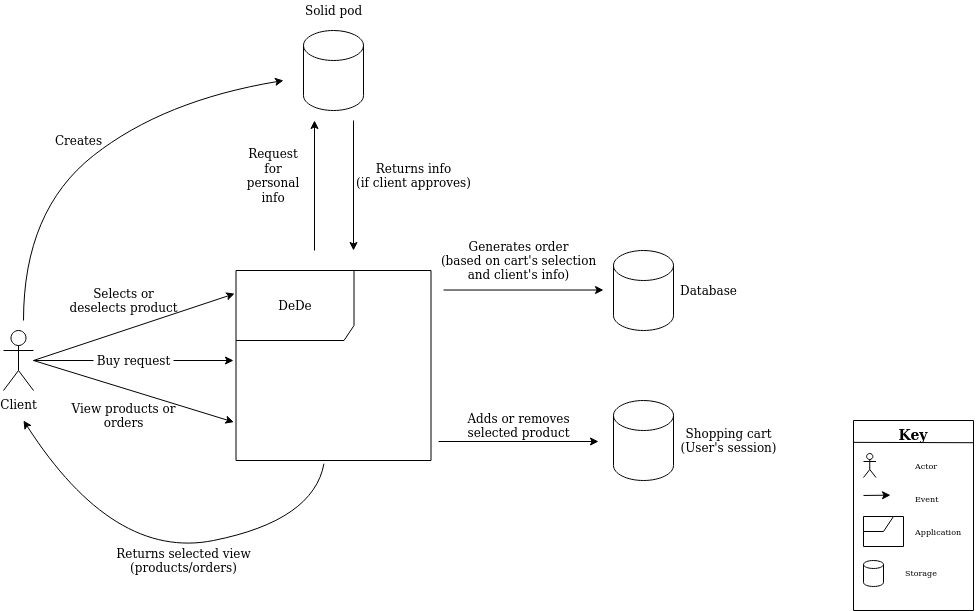
Earlier version of the draw.io export docs/images/business_context_diagram.png (Arquisoft/dede_es5a). Source tidied: cells renumbered, new cells last; positions are measured from the earlier drawing's top-left corner, leaving out a move shared by most shapes.
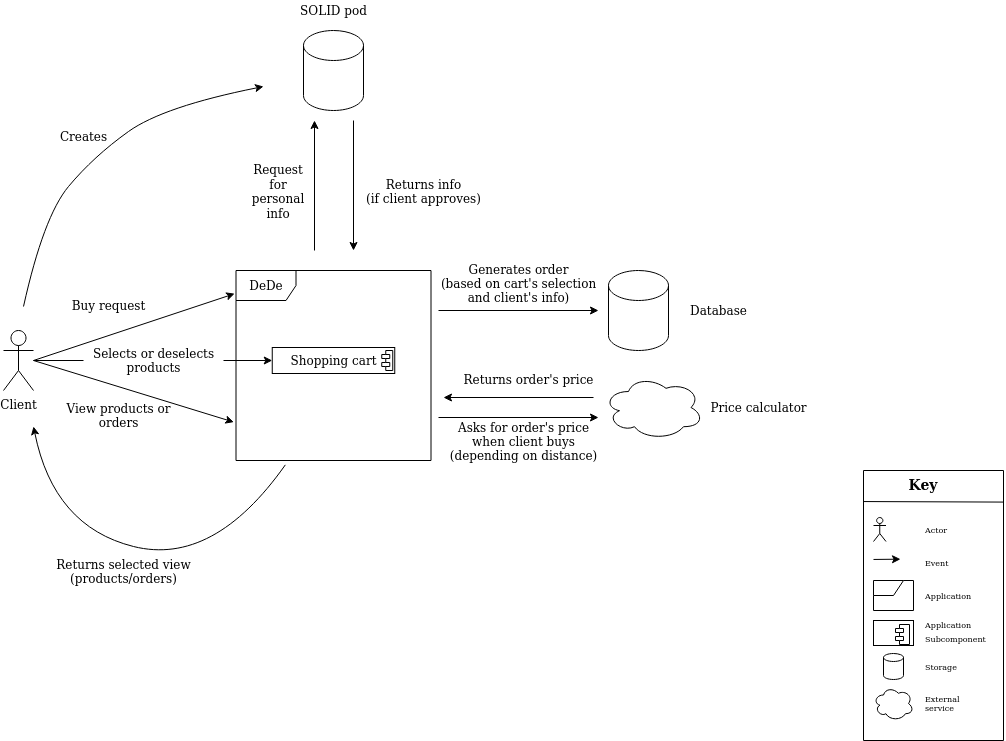
After the change.

Commit message:
Business Context y Organizational Constraints

What changed in the source:
```diff
@@ -2,153 +2,186 @@
   <root>
     <mxCell id="0" />
     <mxCell id="1" parent="0" />
-    <mxCell id="2" value="DeDe" style="shape=umlFrame;whiteSpace=wrap;html=1;width=118;height=70;" parent="1" vertex="1">
-      <mxGeometry x="232.5" y="270" width="195" height="190" as="geometry" />
+    <mxCell id="2" value="DeDe" style="shape=umlFrame;whiteSpace=wrap;html=1;" parent="1" vertex="1">
+      <mxGeometry x="-1007.5" y="284" width="195" height="190" as="geometry" />
     </mxCell>
     <mxCell id="3" value="Client" style="shape=umlActor;verticalLabelPosition=bottom;verticalAlign=top;html=1;" parent="1" vertex="1">
-      <mxGeometry y="330" width="30" height="60" as="geometry" />
+      <mxGeometry x="-1240" y="344" width="30" height="60" as="geometry" />
     </mxCell>
-    <mxCell id="4" style="endArrow=classic;html=1;rounded=0;startArrow=none;" parent="1" edge="1" source="28">
-      <mxGeometry relative="1" as="geometry">
-        <mxPoint x="230" y="360" as="targetPoint" />
-      </mxGeometry>
-    </mxCell>
-    <mxCell id="5" style="endArrow=classic;html=1;rounded=0;" parent="1" edge="1">
-      <mxGeometry relative="1" as="geometry">
-        <mxPoint x="440" y="289.5" as="sourcePoint" />
-        <mxPoint x="600" y="289.5" as="targetPoint" />
-      </mxGeometry>
-    </mxCell>
+    <mxCell id="40" style="endArrow=classic;html=1;rounded=0;startArrow=none;entryX=0;entryY=0.5;entryDx=0;entryDy=0;" parent="1" edge="1" source="59" target="65">
+      <mxGeometry relative="1" as="geometry" />
+    </mxCell>
+    <mxCell id="41" style="endArrow=classic;html=1;rounded=0;" parent="1" edge="1">
+      <mxGeometry relative="1" as="geometry">
+        <mxPoint x="-805" y="324" as="sourcePoint" />
+        <mxPoint x="-645" y="324" as="targetPoint" />
+      </mxGeometry>
+    </mxCell>
     <mxCell id="6" value="&lt;div&gt;Generates order&lt;br&gt;&lt;/div&gt;&lt;div&gt;(based on cart's selection&lt;/div&gt;&lt;div&gt;and client's info)&lt;br&gt;&lt;/div&gt;" style="text;html=1;align=center;verticalAlign=middle;strokeColor=none;fillColor=none;" parent="1" vertex="1">
-      <mxGeometry x="430" y="235" width="170" height="50" as="geometry" />
+      <mxGeometry x="-810" y="272" width="170" height="50" as="geometry" />
     </mxCell>
-    <mxCell id="7" style="swimlane;startSize=0;" parent="1" vertex="1">
-      <mxGeometry x="850" y="420" width="120" height="190" as="geometry" />
-    </mxCell>
-    <mxCell id="8" style="shape=umlActor;verticalLabelPosition=bottom;verticalAlign=top;html=1;" parent="7" vertex="1">
-      <mxGeometry x="10" y="33" width="12.5" height="24" as="geometry" />
-    </mxCell>
+    <mxCell id="42" style="swimlane;startSize=0;" parent="1" vertex="1">
+      <mxGeometry x="-380" y="484" width="140" height="270" as="geometry" />
+    </mxCell>
+    <mxCell id="43" style="shape=umlActor;verticalLabelPosition=bottom;verticalAlign=top;html=1;" parent="42" vertex="1">
+      <mxGeometry x="10" y="47" width="12.5" height="24" as="geometry" />
+    </mxCell>
-    <mxCell id="9" value="Event" style="text;html=1;strokeColor=none;fillColor=none;align=left;verticalAlign=middle;whiteSpace=wrap;rounded=0;fontSize=8;" parent="7" vertex="1">
-      <mxGeometry x="60" y="63" width="60" height="30" as="geometry" />
+    <mxCell id="9" value="Event" style="text;html=1;strokeColor=none;fillColor=none;align=left;verticalAlign=middle;whiteSpace=wrap;rounded=0;fontSize=8;" parent="42" vertex="1">
+      <mxGeometry x="60" y="77" width="60" height="30" as="geometry" />
     </mxCell>
-    <mxCell id="10" value="&lt;font style=&quot;font-size: 14px&quot;&gt;&lt;b&gt;Key&lt;/b&gt;&lt;/font&gt;" style="text;html=1;strokeColor=none;fillColor=none;align=center;verticalAlign=middle;whiteSpace=wrap;rounded=0;" parent="7" vertex="1">
+    <mxCell id="10" value="&lt;font style=&quot;font-size: 14px&quot;&gt;&lt;b&gt;Key&lt;/b&gt;&lt;/font&gt;" style="text;html=1;strokeColor=none;fillColor=none;align=center;verticalAlign=middle;whiteSpace=wrap;rounded=0;" parent="42" vertex="1">
       <mxGeometry x="30" width="60" height="30" as="geometry" />
     </mxCell>
-    <mxCell id="11" style="endArrow=classic;html=1;rounded=0;" parent="7" edge="1">
-      <mxGeometry relative="1" as="geometry">
-        <mxPoint x="10" y="75" as="sourcePoint" />
-        <mxPoint x="37" y="74.7" as="targetPoint" />
-      </mxGeometry>
-    </mxCell>
-    <mxCell id="12" style="shape=umlFrame;whiteSpace=wrap;html=1;width=30;height=15;" parent="7" vertex="1">
-      <mxGeometry x="10" y="96" width="40" height="30" as="geometry" />
-    </mxCell>
+    <mxCell id="44" style="endArrow=classic;html=1;rounded=0;" parent="42" edge="1">
+      <mxGeometry relative="1" as="geometry">
+        <mxPoint x="10" y="89" as="sourcePoint" />
+        <mxPoint x="37" y="88.7" as="targetPoint" />
+      </mxGeometry>
+    </mxCell>
+    <mxCell id="45" style="shape=umlFrame;whiteSpace=wrap;html=1;width=30;height=15;" parent="42" vertex="1">
+      <mxGeometry x="10" y="110" width="40" height="30" as="geometry" />
+    </mxCell>
-    <mxCell id="13" value="Actor" style="text;html=1;strokeColor=none;fillColor=none;align=left;verticalAlign=middle;whiteSpace=wrap;rounded=0;fontSize=8;" parent="7" vertex="1">
-      <mxGeometry x="60" y="30" width="60" height="30" as="geometry" />
+    <mxCell id="13" value="Actor" style="text;html=1;strokeColor=none;fillColor=none;align=left;verticalAlign=middle;whiteSpace=wrap;rounded=0;fontSize=8;" parent="42" vertex="1">
+      <mxGeometry x="60" y="44" width="60" height="30" as="geometry" />
     </mxCell>
-    <mxCell id="14" value="Application" style="text;html=1;strokeColor=none;fillColor=none;align=left;verticalAlign=middle;whiteSpace=wrap;rounded=0;fontSize=8;" parent="7" vertex="1">
-      <mxGeometry x="60" y="96" width="60" height="30" as="geometry" />
+    <mxCell id="14" value="Application" style="text;html=1;strokeColor=none;fillColor=none;align=left;verticalAlign=middle;whiteSpace=wrap;rounded=0;fontSize=8;" parent="42" vertex="1">
+      <mxGeometry x="60" y="110" width="60" height="30" as="geometry" />
     </mxCell>
+    <mxCell id="46" value="&lt;p style=&quot;margin: 0px ; margin-top: 6px ; text-align: center&quot;&gt;&lt;br&gt;&lt;/p&gt;&lt;hr&gt;" style="align=left;overflow=fill;html=1;" parent="42" vertex="1">
+      <mxGeometry x="10" y="150" width="40" height="25" as="geometry" />
+    </mxCell>
+    <mxCell id="47" style="shape=component;jettyWidth=8;jettyHeight=4;" parent="46" vertex="1">
+      <mxGeometry x="1" width="14" height="20" relative="1" as="geometry">
+        <mxPoint x="-18" y="4" as="offset" />
+      </mxGeometry>
+    </mxCell>
+    <mxCell id="48" value="&lt;font style=&quot;font-size: 8px&quot;&gt;Application Subcomponent&lt;/font&gt;" style="text;html=1;strokeColor=none;fillColor=none;align=left;verticalAlign=middle;whiteSpace=wrap;rounded=0;" parent="42" vertex="1">
+      <mxGeometry x="60" y="145" width="60" height="30" as="geometry" />
+    </mxCell>
-    <mxCell id="15" value="Storage" style="text;html=1;strokeColor=none;fillColor=none;align=left;verticalAlign=middle;whiteSpace=wrap;rounded=0;fontSize=8;" parent="7" vertex="1">
-      <mxGeometry x="50" y="137" width="60" height="30" as="geometry" />
+    <mxCell id="15" value="Storage" style="text;html=1;strokeColor=none;fillColor=none;align=left;verticalAlign=middle;whiteSpace=wrap;rounded=0;fontSize=8;" parent="42" vertex="1">
+      <mxGeometry x="60" y="181" width="60" height="30" as="geometry" />
     </mxCell>
-    <mxCell id="16" style="shape=cylinder3;whiteSpace=wrap;html=1;boundedLbl=1;backgroundOutline=1;size=4;" parent="7" vertex="1">
-      <mxGeometry x="10" y="140" width="20" height="26" as="geometry" />
-    </mxCell>
-    <mxCell id="17" style="endArrow=none;html=1;rounded=0;entryX=1.001;entryY=0.117;entryDx=0;entryDy=0;entryPerimeter=0;exitX=0;exitY=0.115;exitDx=0;exitDy=0;exitPerimeter=0;" parent="1" edge="1" source="7" target="7">
-      <mxGeometry relative="1" as="geometry" />
-    </mxCell>
-    <mxCell id="18" style="shape=cylinder3;whiteSpace=wrap;html=1;boundedLbl=1;backgroundOutline=1;size=15;" parent="1" vertex="1">
-      <mxGeometry x="610" y="250" width="60" height="80" as="geometry" />
-    </mxCell>
+    <mxCell id="49" style="shape=cylinder3;whiteSpace=wrap;html=1;boundedLbl=1;backgroundOutline=1;size=4;" parent="42" vertex="1">
+      <mxGeometry x="20" y="183" width="20" height="26" as="geometry" />
+    </mxCell>
+    <mxCell id="50" style="ellipse;shape=cloud;whiteSpace=wrap;html=1;" parent="42" vertex="1">
+      <mxGeometry x="10" y="216" width="40" height="34" as="geometry" />
+    </mxCell>
+    <mxCell id="51" value="External service" style="text;html=1;strokeColor=none;fillColor=none;align=left;verticalAlign=middle;whiteSpace=wrap;rounded=0;fontSize=8;" parent="42" vertex="1">
+      <mxGeometry x="60" y="218" width="60" height="30" as="geometry" />
+    </mxCell>
+    <mxCell id="52" style="endArrow=none;html=1;rounded=0;entryX=1.001;entryY=0.117;entryDx=0;entryDy=0;entryPerimeter=0;exitX=0;exitY=0.115;exitDx=0;exitDy=0;exitPerimeter=0;" parent="1" edge="1" source="42" target="42">
+      <mxGeometry relative="1" as="geometry" />
+    </mxCell>
+    <mxCell id="53" style="shape=cylinder3;whiteSpace=wrap;html=1;boundedLbl=1;backgroundOutline=1;size=15;" parent="1" vertex="1">
+      <mxGeometry x="-635" y="284" width="60" height="80" as="geometry" />
+    </mxCell>
     <mxCell id="19" value="Database" style="text;html=1;align=center;verticalAlign=middle;strokeColor=none;fillColor=none;" parent="1" vertex="1">
-      <mxGeometry x="670" y="280" width="70" height="20" as="geometry" />
+      <mxGeometry x="-560" y="314" width="70" height="20" as="geometry" />
     </mxCell>
-    <mxCell id="20" style="endArrow=classic;html=1;rounded=0;entryX=-0.011;entryY=0.798;entryDx=0;entryDy=0;entryPerimeter=0;" parent="1" edge="1" target="2">
-      <mxGeometry relative="1" as="geometry">
-        <mxPoint x="30" y="360" as="sourcePoint" />
-      </mxGeometry>
-    </mxCell>
+    <mxCell id="54" style="endArrow=classic;html=1;rounded=0;entryX=-0.011;entryY=0.798;entryDx=0;entryDy=0;entryPerimeter=0;" parent="1" edge="1" target="2">
+      <mxGeometry relative="1" as="geometry">
+        <mxPoint x="-1210" y="374" as="sourcePoint" />
+      </mxGeometry>
+    </mxCell>
     <mxCell id="21" value="&lt;div&gt;View products or &lt;br&gt;&lt;/div&gt;&lt;div&gt;orders&lt;/div&gt;" style="text;html=1;align=center;verticalAlign=middle;strokeColor=none;fillColor=none;" parent="1" vertex="1">
-      <mxGeometry x="65" y="400" width="110" height="30" as="geometry" />
+      <mxGeometry x="-1180" y="414" width="110" height="30" as="geometry" />
     </mxCell>
-    <mxCell id="22" style="shape=cylinder3;whiteSpace=wrap;html=1;boundedLbl=1;backgroundOutline=1;size=15;" parent="1" vertex="1">
-      <mxGeometry x="300" y="30" width="60" height="80" as="geometry" />
-    </mxCell>
-    <mxCell id="23" style="endArrow=classic;html=1;rounded=0;" parent="1" edge="1">
-      <mxGeometry relative="1" as="geometry">
-        <mxPoint x="311" y="250" as="sourcePoint" />
-        <mxPoint x="311" y="120" as="targetPoint" />
-      </mxGeometry>
-    </mxCell>
-    <mxCell id="24" style="endArrow=classic;html=1;rounded=0;" parent="1" edge="1">
-      <mxGeometry relative="1" as="geometry">
-        <mxPoint x="350" y="120" as="sourcePoint" />
-        <mxPoint x="350" y="250" as="targetPoint" />
-      </mxGeometry>
-    </mxCell>
-    <mxCell id="25" value="Solid pod" style="text;html=1;align=center;verticalAlign=middle;strokeColor=none;fillColor=none;" parent="1" vertex="1">
-      <mxGeometry x="295" width="70" height="20" as="geometry" />
-    </mxCell>
+    <mxCell id="55" style="shape=cylinder3;whiteSpace=wrap;html=1;boundedLbl=1;backgroundOutline=1;size=15;" parent="1" vertex="1">
+      <mxGeometry x="-940" y="44" width="60" height="80" as="geometry" />
+    </mxCell>
+    <mxCell id="56" style="endArrow=classic;html=1;rounded=0;" parent="1" edge="1">
+      <mxGeometry relative="1" as="geometry">
+        <mxPoint x="-929" y="264" as="sourcePoint" />
+        <mxPoint x="-929" y="134" as="targetPoint" />
+      </mxGeometry>
+    </mxCell>
+    <mxCell id="57" style="endArrow=classic;html=1;rounded=0;" parent="1" edge="1">
+      <mxGeometry relative="1" as="geometry">
+        <mxPoint x="-890" y="134" as="sourcePoint" />
+        <mxPoint x="-890" y="264" as="targetPoint" />
+      </mxGeometry>
+    </mxCell>
+    <mxCell id="58" value="SOLID pod" style="text;html=1;align=center;verticalAlign=middle;strokeColor=none;fillColor=none;" parent="1" vertex="1">
+      <mxGeometry x="-950" y="14" width="80" height="20" as="geometry" />
+    </mxCell>
     <mxCell id="26" value="Request for personal info" style="text;html=1;strokeColor=none;fillColor=none;align=center;verticalAlign=middle;whiteSpace=wrap;rounded=0;" parent="1" vertex="1">
-      <mxGeometry x="235" y="160" width="70" height="30" as="geometry" />
+      <mxGeometry x="-1000" y="190" width="70" height="30" as="geometry" />
     </mxCell>
     <mxCell id="27" value="&lt;div&gt;Returns info&lt;/div&gt;&lt;div&gt;(if client approves)&lt;/div&gt;" style="text;html=1;align=center;verticalAlign=middle;strokeColor=none;fillColor=none;" parent="1" vertex="1">
-      <mxGeometry x="350" y="160" width="120" height="30" as="geometry" />
+      <mxGeometry x="-880" y="190" width="120" height="30" as="geometry" />
     </mxCell>
+    <mxCell id="59" value="&lt;div&gt;Selects or deselects&lt;/div&gt;&lt;div&gt;products&lt;br&gt;&lt;/div&gt;" style="text;html=1;align=center;verticalAlign=middle;points=[];strokeColor=none;fillColor=none;" parent="1" vertex="1">
+      <mxGeometry x="-1160" y="359" width="140" height="30" as="geometry" />
+    </mxCell>
+    <mxCell id="60" style="endArrow=none;html=1;rounded=0;" parent="1" edge="1" source="3" target="59">
+      <mxGeometry relative="1" as="geometry" />
+    </mxCell>
+    <mxCell id="61" style="endArrow=classic;html=1;rounded=0;entryX=-0.007;entryY=0.122;entryDx=0;entryDy=0;entryPerimeter=0;" parent="1" edge="1" target="2">
+      <mxGeometry relative="1" as="geometry">
+        <mxPoint x="-1210" y="374" as="sourcePoint" />
+      </mxGeometry>
+    </mxCell>
     <mxCell id="28" value="Buy request" style="text;html=1;align=center;verticalAlign=middle;points=[];strokeColor=none;fillColor=none;" parent="1" vertex="1">
-      <mxGeometry x="90" y="350" width="80" height="20" as="geometry" />
+      <mxGeometry x="-1180" y="309" width="90" height="20" as="geometry" />
     </mxCell>
-    <mxCell id="29" style="endArrow=none;html=1;rounded=0;" parent="1" edge="1" source="3" target="28">
-      <mxGeometry relative="1" as="geometry" />
-    </mxCell>
-    <mxCell id="30" style="endArrow=classic;html=1;rounded=0;entryX=-0.007;entryY=0.122;entryDx=0;entryDy=0;entryPerimeter=0;" parent="1" edge="1" target="2">
-      <mxGeometry relative="1" as="geometry">
-        <mxPoint x="30" y="360" as="sourcePoint" />
-      </mxGeometry>
-    </mxCell>
-    <mxCell id="31" value="&lt;div&gt;Selects or &lt;br&gt;&lt;/div&gt;&lt;div&gt;deselects product&lt;/div&gt;" style="text;html=1;align=center;verticalAlign=middle;strokeColor=none;fillColor=none;" parent="1" vertex="1">
-      <mxGeometry x="65" y="285" width="110" height="30" as="geometry" />
-    </mxCell>
-    <mxCell id="32" style="endArrow=classic;html=1;rounded=0;" parent="1" edge="1">
-      <mxGeometry relative="1" as="geometry">
-        <mxPoint x="435" y="441" as="sourcePoint" />
-        <mxPoint x="595" y="441" as="targetPoint" />
-      </mxGeometry>
-    </mxCell>
-    <mxCell id="33" style="shape=cylinder3;whiteSpace=wrap;html=1;boundedLbl=1;backgroundOutline=1;size=15;" parent="1" vertex="1">
-      <mxGeometry x="610" y="400" width="60" height="80" as="geometry" />
-    </mxCell>
-    <mxCell id="34" value="&lt;div&gt;Shopping cart&lt;/div&gt;&lt;div&gt;(User's session)&lt;br&gt;&lt;/div&gt;" style="text;html=1;align=center;verticalAlign=middle;strokeColor=none;fillColor=none;" parent="1" vertex="1">
-      <mxGeometry x="670" y="425" width="110" height="30" as="geometry" />
-    </mxCell>
-    <mxCell id="35" value="&lt;div&gt;Adds or removes &lt;br&gt;&lt;/div&gt;&lt;div&gt;selected product&lt;/div&gt;" style="text;html=1;align=center;verticalAlign=middle;strokeColor=none;fillColor=none;" parent="1" vertex="1">
-      <mxGeometry x="460" y="410" width="110" height="30" as="geometry" />
-    </mxCell>
-    <mxCell id="36" style="curved=1;endArrow=classic;html=1;rounded=0;exitX=0.451;exitY=1.017;exitDx=0;exitDy=0;exitPerimeter=0;" parent="1" edge="1" source="2">
-      <mxGeometry relative="1" as="geometry">
-        <mxPoint x="20" y="420" as="targetPoint" />
-        <Array as="points">
-          <mxPoint x="310" y="520" />
-          <mxPoint x="110" y="560" />
-        </Array>
-      </mxGeometry>
-    </mxCell>
+    <mxCell id="62" style="curved=1;endArrow=classic;html=1;rounded=0;" parent="1" edge="1">
+      <mxGeometry relative="1" as="geometry">
+        <mxPoint x="-1220" y="320" as="sourcePoint" />
+        <mxPoint x="-980" y="100" as="targetPoint" />
+        <Array as="points">
+          <mxPoint x="-1200" y="230" />
+          <mxPoint x="-1150" y="170" />
+          <mxPoint x="-1080" y="120" />
+        </Array>
+      </mxGeometry>
+    </mxCell>
+    <mxCell id="39" value="Creates" style="text;html=1;align=center;verticalAlign=middle;strokeColor=none;fillColor=none;" parent="1" vertex="1">
+      <mxGeometry x="-1190" y="140" width="60" height="20" as="geometry" />
+    </mxCell>
+    <mxCell id="63" style="curved=1;endArrow=classic;html=1;rounded=0;exitX=0.253;exitY=1.023;exitDx=0;exitDy=0;exitPerimeter=0;" parent="1" edge="1" source="2">
+      <mxGeometry relative="1" as="geometry">
+        <mxPoint x="-1210" y="440" as="targetPoint" />
+        <Array as="points">
+          <mxPoint x="-1030" y="580" />
+          <mxPoint x="-1190" y="540" />
+        </Array>
+      </mxGeometry>
+    </mxCell>
     <mxCell id="37" value="&lt;div&gt;Returns selected view&lt;/div&gt;&lt;div&gt;(products/orders)&lt;br&gt;&lt;/div&gt;" style="text;html=1;align=center;verticalAlign=middle;strokeColor=none;fillColor=none;" parent="1" vertex="1">
-      <mxGeometry x="105" y="545" width="150" height="30" as="geometry" />
+      <mxGeometry x="-1195" y="570" width="150" height="30" as="geometry" />
     </mxCell>
-    <mxCell id="38" style="curved=1;endArrow=classic;html=1;rounded=0;" parent="1" edge="1">
-      <mxGeometry relative="1" as="geometry">
-        <mxPoint x="20" y="320" as="sourcePoint" />
-        <mxPoint x="280" y="80" as="targetPoint" />
-        <Array as="points">
-          <mxPoint x="20" y="210" />
-          <mxPoint x="160" y="100" />
-        </Array>
-      </mxGeometry>
-    </mxCell>
-    <mxCell id="39" value="Creates" style="text;html=1;align=center;verticalAlign=middle;strokeColor=none;fillColor=none;" parent="1" vertex="1">
-      <mxGeometry x="45" y="130" width="60" height="20" as="geometry" />
-    </mxCell>
+    <mxCell id="64" style="ellipse;shape=cloud;whiteSpace=wrap;html=1;" parent="1" vertex="1">
+      <mxGeometry x="-640" y="389" width="100" height="64" as="geometry" />
+    </mxCell>
+    <mxCell id="65" value="Shopping cart" style="html=1;" parent="1" vertex="1">
+      <mxGeometry x="-971.2" y="361" width="122.5" height="26" as="geometry" />
+    </mxCell>
+    <mxCell id="66" style="shape=module;jettyWidth=8;jettyHeight=4;" parent="65" vertex="1">
+      <mxGeometry x="1" width="11" height="20" relative="1" as="geometry">
+        <mxPoint x="-13" y="3" as="offset" />
+      </mxGeometry>
+    </mxCell>
+    <mxCell id="67" value="Price calculator" style="text;html=1;align=center;verticalAlign=middle;strokeColor=none;fillColor=none;" parent="1" vertex="1">
+      <mxGeometry x="-540" y="411" width="110" height="20" as="geometry" />
+    </mxCell>
+    <mxCell id="68" style="endArrow=classic;html=1;rounded=0;" parent="1" edge="1">
+      <mxGeometry relative="1" as="geometry">
+        <mxPoint x="-805" y="431" as="sourcePoint" />
+        <mxPoint x="-645" y="431" as="targetPoint" />
+      </mxGeometry>
+    </mxCell>
+    <mxCell id="69" style="endArrow=classic;html=1;rounded=0;" parent="1" edge="1">
+      <mxGeometry relative="1" as="geometry">
+        <mxPoint x="-650" y="411" as="sourcePoint" />
+        <mxPoint x="-800" y="411" as="targetPoint" />
+      </mxGeometry>
+    </mxCell>
+    <mxCell id="70" value="&lt;div&gt;Asks for order's price &lt;br&gt;&lt;/div&gt;&lt;div&gt;when client buys&lt;br&gt;&lt;/div&gt;&lt;div&gt;(depending on distance)&lt;br&gt;&lt;/div&gt;" style="text;html=1;align=center;verticalAlign=middle;strokeColor=none;fillColor=none;" parent="1" vertex="1">
+      <mxGeometry x="-800" y="430" width="160" height="50" as="geometry" />
+    </mxCell>
+    <mxCell id="71" value="Returns order's price" style="text;html=1;align=center;verticalAlign=middle;strokeColor=none;fillColor=none;" parent="1" vertex="1">
+      <mxGeometry x="-790" y="383" width="150" height="20" as="geometry" />
+    </mxCell>
   </root>
 </mxGraphModel>
```
